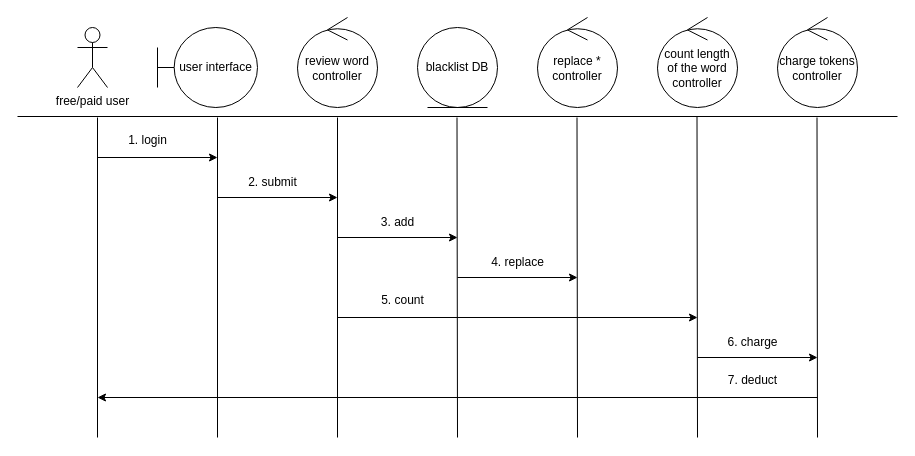
The draw.io diagram diagrams/Sequence Class Diagram for Blacklist Managament.drawio in WenAlgo/An-LLM-based-cooperative-editor, before the edit. Source tidied: cells renumbered, new cells numbered last; positions are measured from the earlier drawing's top-left corner, leaving out a move shared by most shapes. Both pictures are drawn from the tidied source at 100%, with x=0, y=0 at pixel (17, 17).
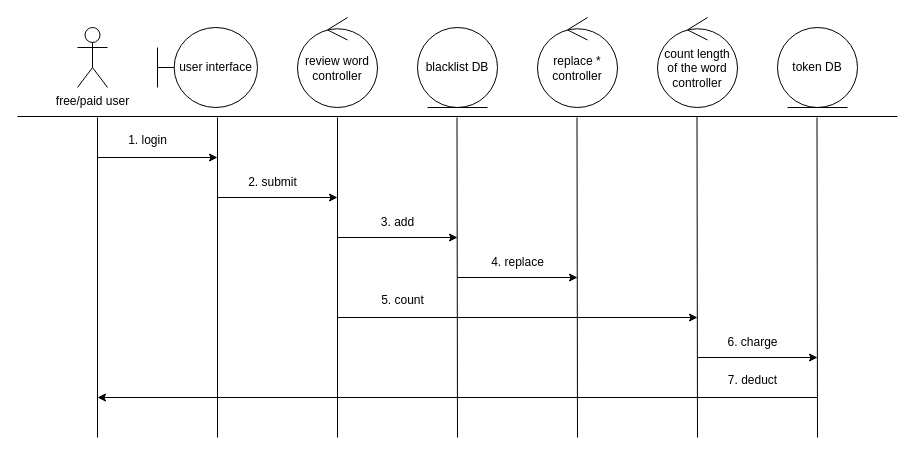
After the change.

The edit, as a diff of the source:
```diff
@@
-    <mxCell id="25" value="charge tokens&lt;br&gt;&lt;div&gt;controller&lt;/div&gt;" style="ellipse;shape=umlControl;whiteSpace=wrap;html=1;" parent="1" vertex="1">
-      <mxGeometry x="760" width="80" height="90" as="geometry" />
-    </mxCell>
@@
+    <mxCell id="31" value="token DB" style="ellipse;shape=umlEntity;whiteSpace=wrap;html=1;" parent="1" vertex="1">
+      <mxGeometry x="760" y="10" width="80" height="80" as="geometry" />
+    </mxCell>
```
